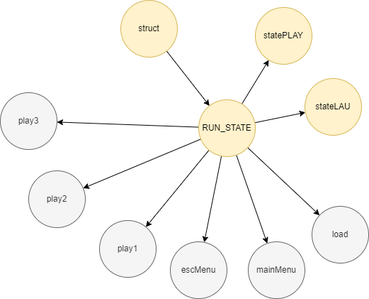
Before: drawio/files/system/h.drawio.png, a diagram exported from draw.io (Tanso-mct/GLPA). Source tidied: cells renumbered, new cells last; positions are measured from the earlier drawing's top-left corner, leaving out a move shared by most shapes.
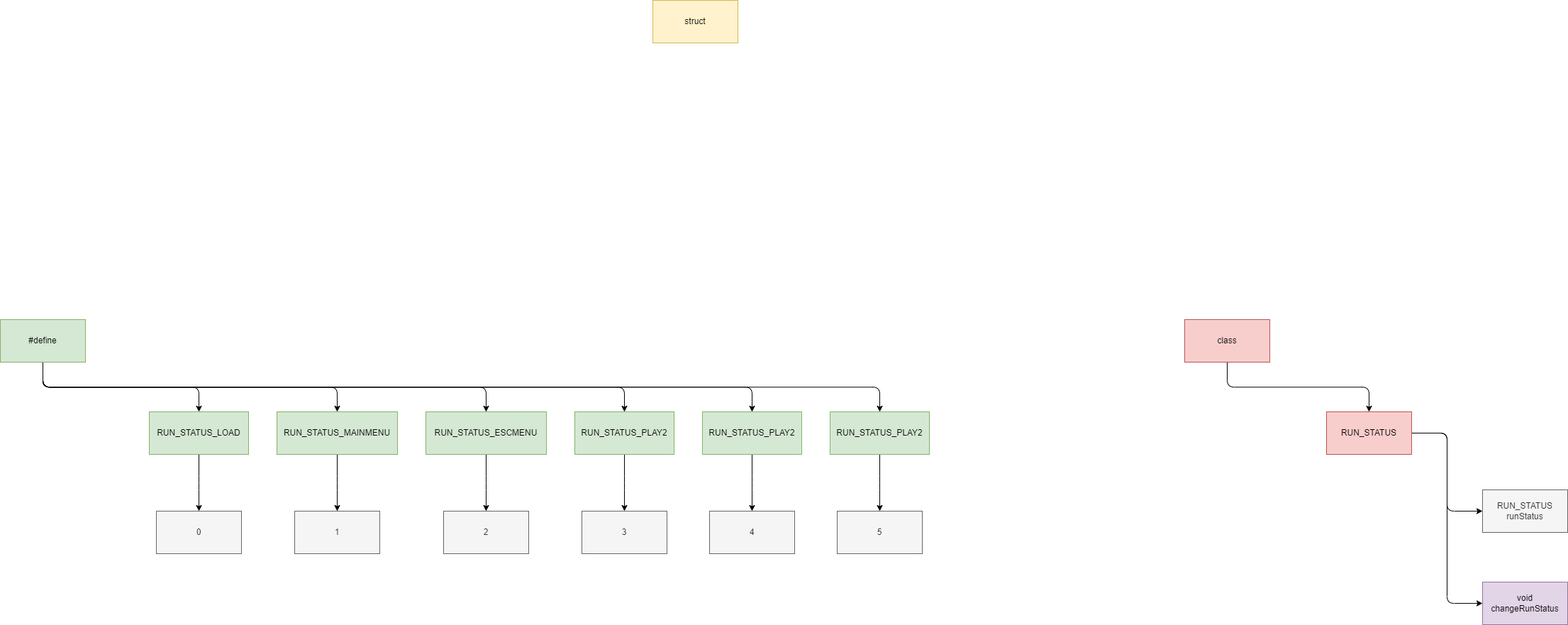
The same diagram one commit later.

Diff of the diagram source:
```diff
@@ -2,62 +2,139 @@
   <root>
     <mxCell id="0" />
     <mxCell id="1" parent="0" />
-    <mxCell id="2" style="edgeStyle=none;html=1;fontFamily=Helvetica;fontSize=12;fontColor=#333333;" parent="1" edge="1" source="3" target="12">
-      <mxGeometry relative="1" as="geometry" />
-    </mxCell>
-    <mxCell id="3" value="struct" style="ellipse;whiteSpace=wrap;html=1;fillColor=#fff2cc;strokeColor=#d6b656;" parent="1" vertex="1">
-      <mxGeometry x="170" width="80" height="80" as="geometry" />
+    <mxCell id="3" value="struct" style="whiteSpace=wrap;html=1;fillColor=#fff2cc;strokeColor=#d6b656;" parent="1" vertex="1">
+      <mxGeometry x="170" width="120" height="60" as="geometry" />
     </mxCell>
-    <mxCell id="4" style="edgeStyle=none;html=1;fontFamily=Helvetica;fontSize=12;fontColor=#333333;" parent="1" edge="1" source="12" target="13">
-      <mxGeometry relative="1" as="geometry" />
-    </mxCell>
-    <mxCell id="5" style="edgeStyle=none;html=1;fontFamily=Helvetica;fontSize=12;fontColor=#333333;" parent="1" edge="1" source="12" target="14">
-      <mxGeometry relative="1" as="geometry" />
-    </mxCell>
-    <mxCell id="6" style="edgeStyle=none;html=1;fontFamily=Helvetica;fontSize=12;fontColor=#333333;" parent="1" edge="1" source="12" target="15">
-      <mxGeometry relative="1" as="geometry" />
-    </mxCell>
-    <mxCell id="7" style="edgeStyle=none;html=1;fontFamily=Helvetica;fontSize=12;fontColor=#333333;" parent="1" edge="1" source="12" target="16">
-      <mxGeometry relative="1" as="geometry" />
-    </mxCell>
-    <mxCell id="8" style="edgeStyle=none;html=1;fontFamily=Helvetica;fontSize=12;fontColor=#333333;" parent="1" edge="1" source="12" target="17">
-      <mxGeometry relative="1" as="geometry" />
-    </mxCell>
-    <mxCell id="9" style="edgeStyle=none;html=1;fontFamily=Helvetica;fontSize=12;fontColor=#333333;" parent="1" edge="1" source="12" target="18">
-      <mxGeometry relative="1" as="geometry" />
-    </mxCell>
-    <mxCell id="10" style="edgeStyle=none;html=1;fontFamily=Helvetica;fontSize=12;fontColor=#333333;" parent="1" edge="1" source="12" target="19">
-      <mxGeometry relative="1" as="geometry" />
-    </mxCell>
-    <mxCell id="11" style="edgeStyle=none;html=1;fontFamily=Helvetica;fontSize=12;fontColor=#333333;" parent="1" edge="1" source="12" target="20">
-      <mxGeometry relative="1" as="geometry" />
-    </mxCell>
-    <mxCell id="12" value="RUN_STATE" style="ellipse;whiteSpace=wrap;html=1;fillColor=#fff2cc;strokeColor=#d6b656;" parent="1" vertex="1">
-      <mxGeometry x="280" y="140" width="80" height="80" as="geometry" />
-    </mxCell>
-    <mxCell id="13" value="load" style="ellipse;whiteSpace=wrap;html=1;strokeColor=#666666;fontFamily=Helvetica;fontSize=12;fontColor=#333333;fillColor=#f5f5f5;" parent="1" vertex="1">
-      <mxGeometry x="440" y="290" width="80" height="80" as="geometry" />
-    </mxCell>
-    <mxCell id="14" value="mainMenu" style="ellipse;whiteSpace=wrap;html=1;strokeColor=#666666;fontFamily=Helvetica;fontSize=12;fontColor=#333333;fillColor=#f5f5f5;" parent="1" vertex="1">
-      <mxGeometry x="350" y="340" width="80" height="80" as="geometry" />
-    </mxCell>
-    <mxCell id="15" value="escMenu" style="ellipse;whiteSpace=wrap;html=1;strokeColor=#666666;fontFamily=Helvetica;fontSize=12;fontColor=#333333;fillColor=#f5f5f5;" parent="1" vertex="1">
-      <mxGeometry x="240" y="340" width="80" height="80" as="geometry" />
-    </mxCell>
-    <mxCell id="16" value="stateLAU" style="ellipse;whiteSpace=wrap;html=1;fillColor=#fff2cc;strokeColor=#d6b656;" parent="1" vertex="1">
-      <mxGeometry x="430" y="110" width="80" height="80" as="geometry" />
-    </mxCell>
-    <mxCell id="17" value="statePLAY" style="ellipse;whiteSpace=wrap;html=1;fillColor=#fff2cc;strokeColor=#d6b656;" parent="1" vertex="1">
-      <mxGeometry x="360" y="10" width="80" height="80" as="geometry" />
-    </mxCell>
-    <mxCell id="18" value="play1" style="ellipse;whiteSpace=wrap;html=1;strokeColor=#666666;fontFamily=Helvetica;fontSize=12;fontColor=#333333;fillColor=#f5f5f5;" parent="1" vertex="1">
-      <mxGeometry x="140" y="310" width="80" height="80" as="geometry" />
-    </mxCell>
-    <mxCell id="19" value="play2" style="ellipse;whiteSpace=wrap;html=1;strokeColor=#666666;fontFamily=Helvetica;fontSize=12;fontColor=#333333;fillColor=#f5f5f5;" parent="1" vertex="1">
-      <mxGeometry x="40" y="240" width="80" height="80" as="geometry" />
-    </mxCell>
-    <mxCell id="20" value="play3" style="ellipse;whiteSpace=wrap;html=1;strokeColor=#666666;fontFamily=Helvetica;fontSize=12;fontColor=#333333;fillColor=#f5f5f5;" parent="1" vertex="1">
-      <mxGeometry y="130" width="80" height="80" as="geometry" />
-    </mxCell>
+    <mxCell id="21" style="edgeStyle=elbowEdgeStyle;html=1;fontFamily=Helvetica;fontSize=12;fontColor=#333333;" parent="1" edge="1" target="x">
+      <mxGeometry relative="1" as="geometry">
+        <mxPoint x="480" y="610" as="sourcePoint" />
+      </mxGeometry>
+    </mxCell>
+    <mxCell id="22" style="edgeStyle=elbowEdgeStyle;html=1;fontFamily=Helvetica;fontSize=12;fontColor=#333333;" parent="1" edge="1" target="x">
+      <mxGeometry relative="1" as="geometry">
+        <mxPoint x="480" y="610" as="sourcePoint" />
+      </mxGeometry>
+    </mxCell>
+    <mxCell id="23" style="edgeStyle=elbowEdgeStyle;html=1;fontFamily=Helvetica;fontSize=12;fontColor=#333333;" parent="1" edge="1" target="x">
+      <mxGeometry relative="1" as="geometry">
+        <mxPoint x="480" y="610" as="sourcePoint" />
+      </mxGeometry>
+    </mxCell>
+    <mxCell id="24" style="edgeStyle=elbowEdgeStyle;html=1;fontFamily=Helvetica;fontSize=12;fontColor=#333333;" parent="1" edge="1" target="x">
+      <mxGeometry relative="1" as="geometry">
+        <mxPoint x="480" y="610" as="sourcePoint" />
+      </mxGeometry>
+    </mxCell>
+    <mxCell id="25" style="edgeStyle=elbowEdgeStyle;html=1;fontFamily=Helvetica;fontSize=12;fontColor=#333333;" parent="1" edge="1" target="x">
+      <mxGeometry relative="1" as="geometry">
+        <mxPoint x="480" y="610" as="sourcePoint" />
+      </mxGeometry>
+    </mxCell>
+    <mxCell id="26" style="edgeStyle=elbowEdgeStyle;html=1;fontFamily=Helvetica;fontSize=12;fontColor=#333333;" parent="1" edge="1" target="x">
+      <mxGeometry relative="1" as="geometry">
+        <mxPoint x="480" y="610" as="sourcePoint" />
+      </mxGeometry>
+    </mxCell>
+    <mxCell id="27" style="edgeStyle=elbowEdgeStyle;html=1;fontFamily=Helvetica;fontSize=12;fontColor=#333333;" parent="1" edge="1" target="x">
+      <mxGeometry relative="1" as="geometry">
+        <mxPoint x="480" y="610" as="sourcePoint" />
+      </mxGeometry>
+    </mxCell>
+    <mxCell id="28" style="edgeStyle=elbowEdgeStyle;html=1;fontFamily=Helvetica;fontSize=12;fontColor=#333333;elbow=vertical;" parent="1" edge="1" source="29" target="32">
+      <mxGeometry relative="1" as="geometry" />
+    </mxCell>
+    <mxCell id="29" value="class" style="whiteSpace=wrap;html=1;strokeColor=#b85450;fontFamily=Helvetica;fontSize=12;fillColor=#f8cecc;" parent="1" vertex="1">
+      <mxGeometry x="920" y="450" width="120" height="60" as="geometry" />
+    </mxCell>
+    <mxCell id="30" style="edgeStyle=elbowEdgeStyle;html=1;fontFamily=Helvetica;fontSize=12;fontColor=#333333;" parent="1" edge="1" source="32" target="33">
+      <mxGeometry relative="1" as="geometry" />
+    </mxCell>
+    <mxCell id="31" style="edgeStyle=elbowEdgeStyle;html=1;fontFamily=Helvetica;fontSize=12;fontColor=#333333;" parent="1" edge="1" source="32" target="34">
+      <mxGeometry relative="1" as="geometry" />
+    </mxCell>
+    <mxCell id="32" value="RUN_STATUS" style="whiteSpace=wrap;html=1;strokeColor=#b85450;fontFamily=Helvetica;fontSize=12;fillColor=#f8cecc;" parent="1" vertex="1">
+      <mxGeometry x="1120" y="580" width="120" height="60" as="geometry" />
+    </mxCell>
+    <mxCell id="33" value="RUN_STATUS runStatus" style="whiteSpace=wrap;html=1;strokeColor=#666666;fontFamily=Helvetica;fontSize=12;fontColor=#333333;fillColor=#f5f5f5;" parent="1" vertex="1">
+      <mxGeometry x="1340" y="690" width="120" height="60" as="geometry" />
+    </mxCell>
+    <mxCell id="34" value="void changeRunStatus" style="whiteSpace=wrap;html=1;strokeColor=#9673a6;fontFamily=Helvetica;fontSize=12;fillColor=#e1d5e7;" parent="1" vertex="1">
+      <mxGeometry x="1340" y="820" width="120" height="60" as="geometry" />
+    </mxCell>
+    <mxCell id="35" style="edgeStyle=elbowEdgeStyle;html=1;fontFamily=Helvetica;fontSize=12;fontColor=#333333;elbow=vertical;" parent="1" edge="1" source="41" target="43">
+      <mxGeometry relative="1" as="geometry" />
+    </mxCell>
+    <mxCell id="36" style="edgeStyle=elbowEdgeStyle;elbow=vertical;html=1;fontFamily=Helvetica;fontSize=12;fontColor=#333333;" parent="1" edge="1" source="41" target="45">
+      <mxGeometry relative="1" as="geometry" />
+    </mxCell>
+    <mxCell id="37" style="edgeStyle=elbowEdgeStyle;elbow=vertical;html=1;fontFamily=Helvetica;fontSize=12;fontColor=#333333;" parent="1" edge="1" source="41" target="47">
+      <mxGeometry relative="1" as="geometry" />
+    </mxCell>
+    <mxCell id="38" style="edgeStyle=elbowEdgeStyle;elbow=vertical;html=1;fontFamily=Helvetica;fontSize=12;fontColor=#333333;" parent="1" edge="1" source="41" target="49">
+      <mxGeometry relative="1" as="geometry" />
+    </mxCell>
+    <mxCell id="39" style="edgeStyle=elbowEdgeStyle;elbow=vertical;html=1;fontFamily=Helvetica;fontSize=12;fontColor=#333333;" parent="1" edge="1" source="41" target="51">
+      <mxGeometry relative="1" as="geometry" />
+    </mxCell>
+    <mxCell id="40" style="edgeStyle=elbowEdgeStyle;elbow=vertical;html=1;fontFamily=Helvetica;fontSize=12;fontColor=#333333;" parent="1" edge="1" source="41" target="53">
+      <mxGeometry relative="1" as="geometry" />
+    </mxCell>
+    <mxCell id="41" value="#define" style="whiteSpace=wrap;html=1;strokeColor=#82b366;fontFamily=Helvetica;fontSize=12;fillColor=#d5e8d4;" parent="1" vertex="1">
+      <mxGeometry x="-750" y="450" width="120" height="60" as="geometry" />
+    </mxCell>
+    <mxCell id="42" style="edgeStyle=elbowEdgeStyle;elbow=vertical;html=1;fontFamily=Helvetica;fontSize=12;fontColor=#333333;" parent="1" edge="1" source="43" target="54">
+      <mxGeometry relative="1" as="geometry" />
+    </mxCell>
+    <mxCell id="43" value="RUN_STATUS_LOAD" style="whiteSpace=wrap;html=1;strokeColor=#82b366;fontFamily=Helvetica;fontSize=12;fillColor=#d5e8d4;" parent="1" vertex="1">
+      <mxGeometry x="-540" y="580" width="140" height="60" as="geometry" />
+    </mxCell>
+    <mxCell id="44" style="edgeStyle=elbowEdgeStyle;elbow=vertical;html=1;fontFamily=Helvetica;fontSize=12;fontColor=#333333;" parent="1" edge="1" source="45" target="55">
+      <mxGeometry relative="1" as="geometry" />
+    </mxCell>
+    <mxCell id="45" value="RUN_STATUS_MAINMENU" style="whiteSpace=wrap;html=1;strokeColor=#82b366;fontFamily=Helvetica;fontSize=12;fillColor=#d5e8d4;" parent="1" vertex="1">
+      <mxGeometry x="-360" y="580" width="170" height="60" as="geometry" />
+    </mxCell>
+    <mxCell id="46" style="edgeStyle=elbowEdgeStyle;elbow=vertical;html=1;fontFamily=Helvetica;fontSize=12;fontColor=#333333;" parent="1" edge="1" source="47" target="56">
+      <mxGeometry relative="1" as="geometry" />
+    </mxCell>
+    <mxCell id="47" value="RUN_STATUS_ESCMENU" style="whiteSpace=wrap;html=1;strokeColor=#82b366;fontFamily=Helvetica;fontSize=12;fillColor=#d5e8d4;" parent="1" vertex="1">
+      <mxGeometry x="-150" y="580" width="170" height="60" as="geometry" />
+    </mxCell>
+    <mxCell id="48" style="edgeStyle=elbowEdgeStyle;elbow=vertical;html=1;fontFamily=Helvetica;fontSize=12;fontColor=#333333;" parent="1" edge="1" source="49" target="57">
+      <mxGeometry relative="1" as="geometry" />
+    </mxCell>
+    <mxCell id="49" value="RUN_STATUS_PLAY2" style="whiteSpace=wrap;html=1;strokeColor=#82b366;fontFamily=Helvetica;fontSize=12;fillColor=#d5e8d4;" parent="1" vertex="1">
+      <mxGeometry x="60" y="580" width="140" height="60" as="geometry" />
+    </mxCell>
+    <mxCell id="50" style="edgeStyle=elbowEdgeStyle;elbow=vertical;html=1;fontFamily=Helvetica;fontSize=12;fontColor=#333333;" parent="1" edge="1" source="51" target="58">
+      <mxGeometry relative="1" as="geometry" />
+    </mxCell>
+    <mxCell id="51" value="RUN_STATUS_PLAY2" style="whiteSpace=wrap;html=1;strokeColor=#82b366;fontFamily=Helvetica;fontSize=12;fillColor=#d5e8d4;" parent="1" vertex="1">
+      <mxGeometry x="240" y="580" width="140" height="60" as="geometry" />
+    </mxCell>
+    <mxCell id="52" style="edgeStyle=elbowEdgeStyle;elbow=vertical;html=1;fontFamily=Helvetica;fontSize=12;fontColor=#333333;" parent="1" edge="1" source="53" target="59">
+      <mxGeometry relative="1" as="geometry" />
+    </mxCell>
+    <mxCell id="53" value="RUN_STATUS_PLAY2" style="whiteSpace=wrap;html=1;strokeColor=#82b366;fontFamily=Helvetica;fontSize=12;fillColor=#d5e8d4;" parent="1" vertex="1">
+      <mxGeometry x="420" y="580" width="140" height="60" as="geometry" />
+    </mxCell>
+    <mxCell id="54" value="0" style="whiteSpace=wrap;html=1;fillColor=#f5f5f5;strokeColor=#666666;fontColor=#333333;" parent="1" vertex="1">
+      <mxGeometry x="-530" y="720" width="120" height="60" as="geometry" />
+    </mxCell>
+    <mxCell id="55" value="1" style="whiteSpace=wrap;html=1;strokeColor=#666666;fontFamily=Helvetica;fontSize=12;fontColor=#333333;fillColor=#f5f5f5;" parent="1" vertex="1">
+      <mxGeometry x="-335" y="720" width="120" height="60" as="geometry" />
+    </mxCell>
+    <mxCell id="56" value="2" style="whiteSpace=wrap;html=1;strokeColor=#666666;fontFamily=Helvetica;fontSize=12;fontColor=#333333;fillColor=#f5f5f5;" parent="1" vertex="1">
+      <mxGeometry x="-125" y="720" width="120" height="60" as="geometry" />
+    </mxCell>
+    <mxCell id="57" value="3" style="whiteSpace=wrap;html=1;strokeColor=#666666;fontFamily=Helvetica;fontSize=12;fontColor=#333333;fillColor=#f5f5f5;" parent="1" vertex="1">
+      <mxGeometry x="70" y="720" width="120" height="60" as="geometry" />
+    </mxCell>
+    <mxCell id="58" value="4" style="whiteSpace=wrap;html=1;strokeColor=#666666;fontFamily=Helvetica;fontSize=12;fontColor=#333333;fillColor=#f5f5f5;" parent="1" vertex="1">
+      <mxGeometry x="250" y="720" width="120" height="60" as="geometry" />
+    </mxCell>
+    <mxCell id="59" value="5" style="whiteSpace=wrap;html=1;strokeColor=#666666;fontFamily=Helvetica;fontSize=12;fontColor=#333333;fillColor=#f5f5f5;" parent="1" vertex="1">
+      <mxGeometry x="430" y="720" width="120" height="60" as="geometry" />
+    </mxCell>
   </root>
 </mxGraphModel>
```
